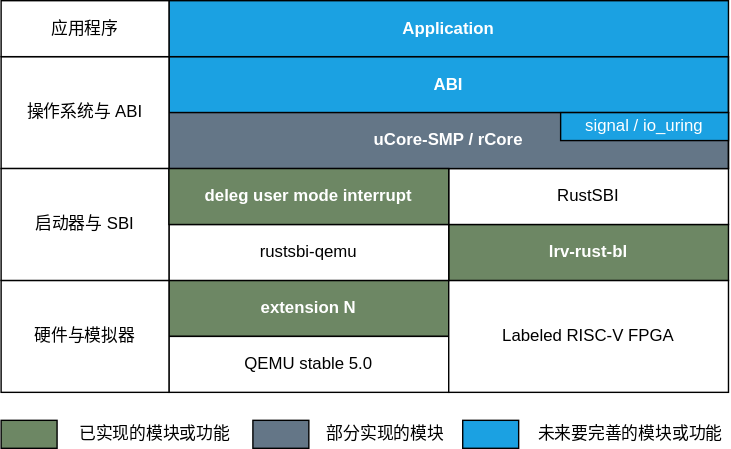
oscomp/2021oscomp-best-kernel-design-impl keeps this draw.io diagram as docs/src/assets/proj.svg. Above is the earlier version. Source tidied: cells renumbered, new cells last; positions are measured from the earlier drawing's top-left corner, leaving out a move shared by most shapes.
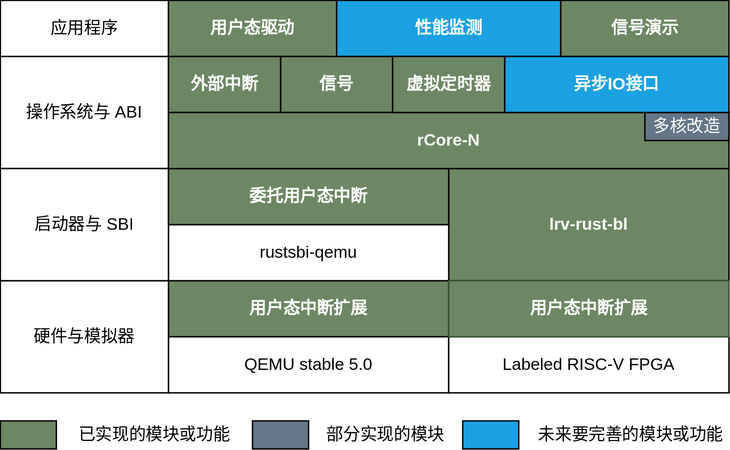
After the commit.

Commit message:
更新架构图

Change to the diagram source:
```diff
@@ -2,42 +2,30 @@
   <root>
     <mxCell id="0" style="html=1;" />
     <mxCell id="1" style="html=1;" parent="0" />
-    <mxCell id="2" value="extension N" style="rounded=0;whiteSpace=wrap;html=1;fillColor=#6d8764;fontColor=#ffffff;fontStyle=1;" parent="1" vertex="1">
+    <mxCell id="2" value="用户态中断扩展" style="rounded=0;whiteSpace=wrap;html=1;fillColor=#6d8764;fontColor=#ffffff;fontStyle=1;" parent="1" vertex="1">
       <mxGeometry x="120" y="200" width="200" height="40" as="geometry" />
     </mxCell>
-    <mxCell id="3" value="ABI" style="rounded=0;whiteSpace=wrap;html=1;fillColor=#1ba1e2;fontColor=#ffffff;fontStyle=1;" parent="1" vertex="1">
-      <mxGeometry x="120" y="40" width="400" height="40" as="geometry" />
+    <mxCell id="3" value="信号" style="rounded=0;whiteSpace=wrap;html=1;fillColor=#6d8764;fontColor=#ffffff;fontStyle=1;" parent="1" vertex="1">
+      <mxGeometry x="200" y="40" width="80" height="40" as="geometry" />
     </mxCell>
     <mxCell id="4" value="QEMU stable 5.0" style="rounded=0;whiteSpace=wrap;html=1;" parent="1" vertex="1">
       <mxGeometry x="120" y="240" width="200" height="40" as="geometry" />
     </mxCell>
     <mxCell id="5" value="Labeled RISC-V FPGA" style="rounded=0;whiteSpace=wrap;html=1;" parent="1" vertex="1">
-      <mxGeometry x="320" y="200" width="200" height="80" as="geometry" />
+      <mxGeometry x="320" y="240" width="200" height="40" as="geometry" />
     </mxCell>
     <mxCell id="6" value="lrv-rust-bl" style="rounded=0;whiteSpace=wrap;html=1;fillColor=#6d8764;fontColor=#ffffff;fontStyle=1;" parent="1" vertex="1">
-      <mxGeometry x="320" y="160" width="200" height="40" as="geometry" />
+      <mxGeometry x="320" y="120" width="200" height="80" as="geometry" />
     </mxCell>
     <mxCell id="7" value="rustsbi-qemu" style="rounded=0;whiteSpace=wrap;html=1;" parent="1" vertex="1">
       <mxGeometry x="120" y="160" width="200" height="40" as="geometry" />
     </mxCell>
-    <mxCell id="8" value="RustSBI" style="rounded=0;whiteSpace=wrap;html=1;" parent="1" vertex="1">
-      <mxGeometry x="320" y="120" width="200" height="40" as="geometry" />
-    </mxCell>
-    <mxCell id="9" value="uCore-SMP / rCore" style="rounded=0;whiteSpace=wrap;html=1;fillColor=#647687;fontColor=#ffffff;fontStyle=1;" parent="1" vertex="1">
-      <mxGeometry x="120" y="80" width="400" height="40" as="geometry" />
-    </mxCell>
-    <mxCell id="10" value="Application" style="rounded=0;whiteSpace=wrap;html=1;fillColor=#1ba1e2;fontColor=#ffffff;fontStyle=1;" parent="1" vertex="1">
-      <mxGeometry x="120" width="400" height="40" as="geometry" />
+    <mxCell id="10" value="性能监测" style="rounded=0;whiteSpace=wrap;html=1;fillColor=#1ba1e2;fontStyle=1;fontColor=#ffffff;" parent="1" vertex="1">
+      <mxGeometry x="240" width="160" height="40" as="geometry" />
     </mxCell>
     <mxCell id="11" style="endArrow=none;html=1;exitX=0;exitY=1;exitDx=0;exitDy=0;entryX=0;entryY=0;entryDx=0;entryDy=0;" parent="1" edge="1" source="3" target="3">
       <mxGeometry relative="1" as="geometry" />
     </mxCell>
-    <mxCell id="12" style="endArrow=none;html=1;entryX=1;entryY=0;entryDx=0;entryDy=0;exitX=1;exitY=0;exitDx=0;exitDy=0;" parent="1" edge="1" source="8" target="3">
-      <mxGeometry relative="1" as="geometry" />
-    </mxCell>
-    <mxCell id="13" value="signal / io_uring" style="rounded=0;whiteSpace=wrap;html=1;fillColor=#1ba1e2;fontColor=#ffffff;" parent="1" vertex="1">
-      <mxGeometry x="400" y="80" width="120" height="20" as="geometry" />
-    </mxCell>
     <mxCell id="14" value="硬件与模拟器" style="rounded=0;whiteSpace=wrap;html=1;" parent="1" vertex="1">
       <mxGeometry y="200" width="120" height="80" as="geometry" />
     </mxCell>
@@ -50,7 +38,7 @@
     <mxCell id="17" value="应用程序" style="rounded=0;whiteSpace=wrap;html=1;" parent="1" vertex="1">
       <mxGeometry width="120" height="40" as="geometry" />
     </mxCell>
-    <mxCell id="18" value="deleg user mode interrupt" style="rounded=0;whiteSpace=wrap;html=1;fillColor=#6d8764;fontColor=#ffffff;fontStyle=1;" parent="1" vertex="1">
+    <mxCell id="18" value="委托用户态中断" style="rounded=0;whiteSpace=wrap;html=1;fillColor=#6d8764;fontColor=#ffffff;fontStyle=1;" parent="1" vertex="1">
       <mxGeometry x="120" y="120" width="200" height="40" as="geometry" />
     </mxCell>
     <mxCell id="19" style="rounded=0;whiteSpace=wrap;html=1;fillColor=#6d8764;fontColor=#ffffff;" parent="1" vertex="1">
@@ -71,5 +59,29 @@
     <mxCell id="24" value="未来要完善的模块或功能" style="text;html=1;strokeColor=none;fillColor=none;align=center;verticalAlign=middle;whiteSpace=wrap;rounded=0;" parent="1" vertex="1">
       <mxGeometry x="380" y="300" width="140" height="20" as="geometry" />
     </mxCell>
+    <mxCell id="25" value="用户态中断扩展" style="rounded=0;whiteSpace=wrap;html=1;fillColor=#6d8764;fontColor=#ffffff;fontStyle=1;strokeColor=#3A5431;" parent="1" vertex="1">
+      <mxGeometry x="320" y="200" width="200" height="40" as="geometry" />
+    </mxCell>
+    <mxCell id="26" value="外部中断" style="rounded=0;whiteSpace=wrap;html=1;fillColor=#6d8764;fontColor=#ffffff;fontStyle=1;" parent="1" vertex="1">
+      <mxGeometry x="120" y="40" width="80" height="40" as="geometry" />
+    </mxCell>
+    <mxCell id="27" value="rCore-N" style="rounded=0;whiteSpace=wrap;html=1;fillColor=#6d8764;fontColor=#ffffff;fontStyle=1;" parent="1" vertex="1">
+      <mxGeometry x="120" y="80" width="400" height="40" as="geometry" />
+    </mxCell>
+    <mxCell id="13" value="多核改造" style="rounded=0;whiteSpace=wrap;html=1;fillColor=#647687;fontColor=#ffffff;" parent="1" vertex="1">
+      <mxGeometry x="460" y="80" width="60" height="20" as="geometry" />
+    </mxCell>
+    <mxCell id="28" value="虚拟定时器" style="rounded=0;whiteSpace=wrap;html=1;fillColor=#6d8764;fontColor=#ffffff;fontStyle=1;" parent="1" vertex="1">
+      <mxGeometry x="280" y="40" width="80" height="40" as="geometry" />
+    </mxCell>
+    <mxCell id="29" value="异步IO接口" style="rounded=0;whiteSpace=wrap;html=1;fillColor=#1ba1e2;fontStyle=1;fontColor=#ffffff;" parent="1" vertex="1">
+      <mxGeometry x="360" y="40" width="160" height="40" as="geometry" />
+    </mxCell>
+    <mxCell id="30" value="用户态驱动" style="rounded=0;whiteSpace=wrap;html=1;fillColor=#6d8764;fontColor=#ffffff;fontStyle=1;" parent="1" vertex="1">
+      <mxGeometry x="120" width="120" height="40" as="geometry" />
+    </mxCell>
+    <mxCell id="31" value="信号演示" style="rounded=0;whiteSpace=wrap;html=1;fillColor=#6d8764;fontColor=#ffffff;fontStyle=1;" parent="1" vertex="1">
+      <mxGeometry x="400" width="120" height="40" as="geometry" />
+    </mxCell>
   </root>
 </mxGraphModel>
```
